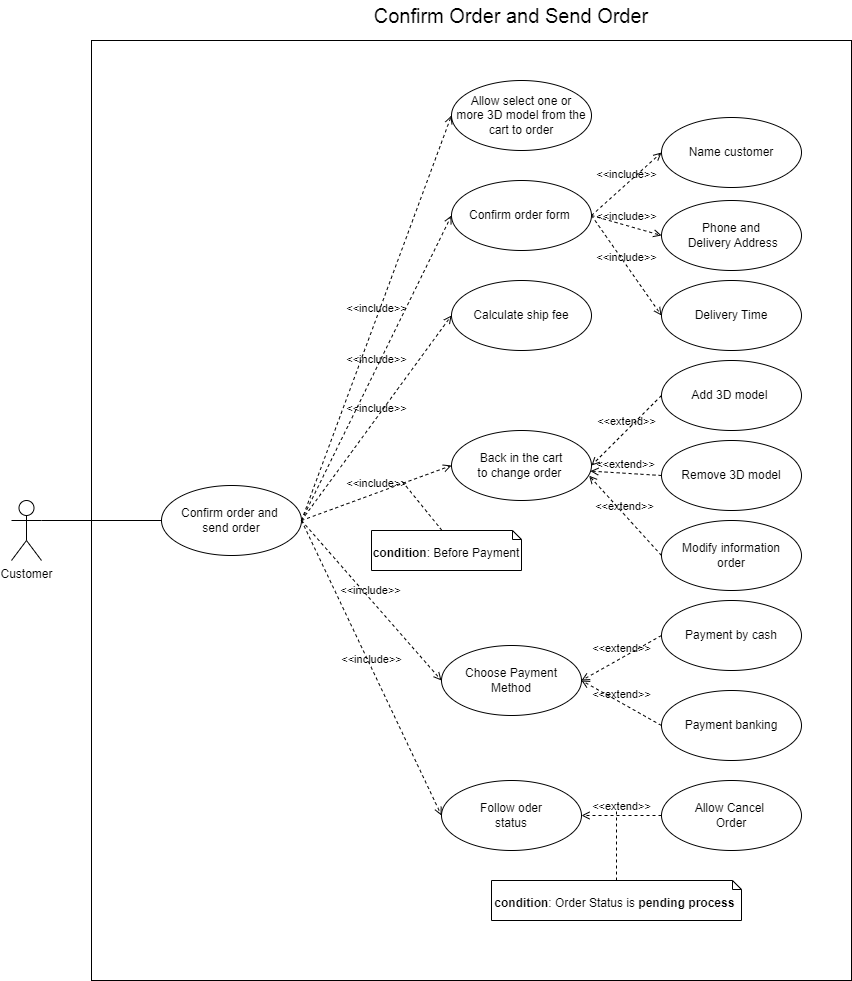
This is contents/images/usecase/DACNPM-ConfirmOrder.png from ngyngcphu/tick3D-docs, a draw.io export, as it was before one commit. Source tidied: cells renumbered, new cells last; positions are measured from the earlier drawing's top-left corner, leaving out a move shared by most shapes.
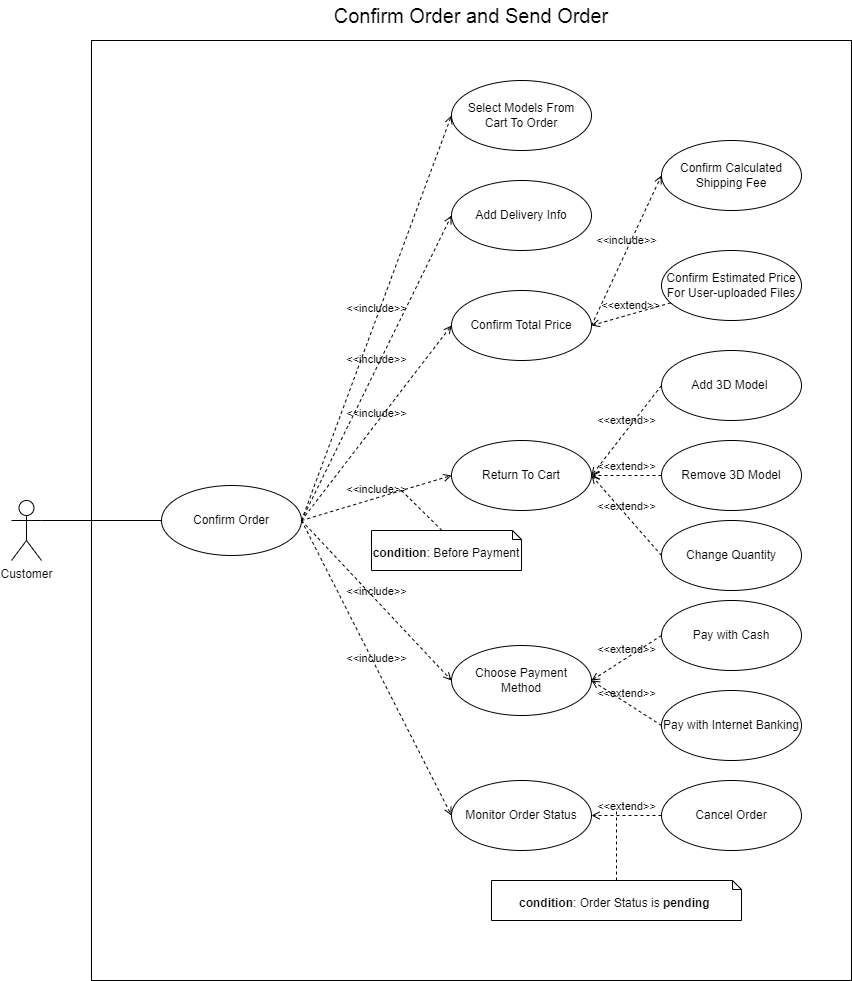
After the change.

What changed in the source:
```diff
@@ -6,60 +6,51 @@
       <mxGeometry x="80" y="40" width="760" height="940" as="geometry" />
     </mxCell>
     <mxCell id="3" value="&lt;span style=&quot;font-size: 20px;&quot;&gt;Confirm Order and Send Order&lt;/span&gt;" style="text;html=1;strokeColor=none;fillColor=none;align=center;verticalAlign=middle;whiteSpace=wrap;rounded=0;" parent="1" vertex="1">
-      <mxGeometry x="355" width="290" height="30" as="geometry" />
+      <mxGeometry x="315" width="290" height="30" as="geometry" />
     </mxCell>
     <mxCell id="4" value="Customer" style="shape=umlActor;verticalLabelPosition=bottom;verticalAlign=top;html=1;outlineConnect=0;" parent="1" vertex="1">
       <mxGeometry y="500" width="30" height="60" as="geometry" />
     </mxCell>
-    <mxCell id="5" value="Confirm order and&amp;nbsp;&lt;br&gt;send order" style="ellipse;whiteSpace=wrap;html=1;" parent="1" vertex="1">
+    <mxCell id="5" value="Confirm Order" style="ellipse;whiteSpace=wrap;html=1;" parent="1" vertex="1">
       <mxGeometry x="150" y="485" width="140" height="70" as="geometry" />
     </mxCell>
-    <mxCell id="6" value="Allow select one or&lt;br&gt;more 3D model from the&lt;br&gt;cart to order" style="ellipse;whiteSpace=wrap;html=1;" parent="1" vertex="1">
+    <mxCell id="6" value="Select Models&amp;nbsp;From &lt;br&gt;Cart To Order" style="ellipse;whiteSpace=wrap;html=1;" parent="1" vertex="1">
       <mxGeometry x="440" y="80" width="140" height="70" as="geometry" />
     </mxCell>
-    <mxCell id="7" value="Confirm order form&amp;nbsp;" style="ellipse;whiteSpace=wrap;html=1;" parent="1" vertex="1">
+    <mxCell id="7" value="Add Delivery Info" style="ellipse;whiteSpace=wrap;html=1;" parent="1" vertex="1">
       <mxGeometry x="440" y="180" width="140" height="70" as="geometry" />
     </mxCell>
-    <mxCell id="8" value="Calculate ship fee" style="ellipse;whiteSpace=wrap;html=1;" parent="1" vertex="1">
-      <mxGeometry x="440" y="280" width="140" height="70" as="geometry" />
+    <mxCell id="8" value="Confirm Total Price" style="ellipse;whiteSpace=wrap;html=1;" parent="1" vertex="1">
+      <mxGeometry x="440" y="290" width="140" height="70" as="geometry" />
     </mxCell>
-    <mxCell id="9" value="Back in the cart&lt;br&gt;to change order&amp;nbsp;" style="ellipse;whiteSpace=wrap;html=1;" parent="1" vertex="1">
-      <mxGeometry x="440" y="430" width="140" height="70" as="geometry" />
+    <mxCell id="9" value="Return To Cart" style="ellipse;whiteSpace=wrap;html=1;" parent="1" vertex="1">
+      <mxGeometry x="440" y="440" width="140" height="70" as="geometry" />
     </mxCell>
-    <mxCell id="10" value="Name customer" style="ellipse;whiteSpace=wrap;html=1;" parent="1" vertex="1">
-      <mxGeometry x="650" y="117" width="140" height="70" as="geometry" />
-    </mxCell>
-    <mxCell id="11" value="Phone and&lt;br&gt;&amp;nbsp;Delivery Address" style="ellipse;whiteSpace=wrap;html=1;" parent="1" vertex="1">
-      <mxGeometry x="650" y="200" width="140" height="70" as="geometry" />
-    </mxCell>
-    <mxCell id="12" value="Delivery Time" style="ellipse;whiteSpace=wrap;html=1;" parent="1" vertex="1">
-      <mxGeometry x="650" y="280" width="140" height="70" as="geometry" />
-    </mxCell>
     <mxCell id="13" value="&lt;b&gt;condition&lt;/b&gt;: Before Payment" style="shape=note2;boundedLbl=1;whiteSpace=wrap;html=1;size=9;verticalAlign=top;align=center;" parent="1" vertex="1">
       <mxGeometry x="360" y="530" width="150" height="40" as="geometry" />
     </mxCell>
-    <mxCell id="14" value="Add 3D model&amp;nbsp;" style="ellipse;whiteSpace=wrap;html=1;" parent="1" vertex="1">
-      <mxGeometry x="650" y="360" width="140" height="70" as="geometry" />
+    <mxCell id="14" value="Add 3D Model&amp;nbsp;" style="ellipse;whiteSpace=wrap;html=1;" parent="1" vertex="1">
+      <mxGeometry x="650" y="350" width="140" height="70" as="geometry" />
     </mxCell>
-    <mxCell id="15" value="Remove 3D model" style="ellipse;whiteSpace=wrap;html=1;" parent="1" vertex="1">
+    <mxCell id="15" value="Remove 3D Model" style="ellipse;whiteSpace=wrap;html=1;" parent="1" vertex="1">
       <mxGeometry x="650" y="440" width="140" height="70" as="geometry" />
     </mxCell>
-    <mxCell id="16" value="Modify information&lt;br&gt;order" style="ellipse;whiteSpace=wrap;html=1;" parent="1" vertex="1">
+    <mxCell id="16" value="Change Quantity" style="ellipse;whiteSpace=wrap;html=1;" parent="1" vertex="1">
       <mxGeometry x="650" y="520" width="140" height="70" as="geometry" />
     </mxCell>
     <mxCell id="17" value="Choose Payment&lt;br&gt;Method" style="ellipse;whiteSpace=wrap;html=1;" parent="1" vertex="1">
-      <mxGeometry x="430" y="645" width="140" height="70" as="geometry" />
+      <mxGeometry x="440" y="645" width="140" height="70" as="geometry" />
     </mxCell>
-    <mxCell id="18" value="Payment by cash" style="ellipse;whiteSpace=wrap;html=1;" parent="1" vertex="1">
+    <mxCell id="18" value="Pay with Cash" style="ellipse;whiteSpace=wrap;html=1;" parent="1" vertex="1">
       <mxGeometry x="650" y="600" width="140" height="70" as="geometry" />
     </mxCell>
-    <mxCell id="19" value="Payment banking" style="ellipse;whiteSpace=wrap;html=1;" parent="1" vertex="1">
+    <mxCell id="19" value="Pay with Internet Banking" style="ellipse;whiteSpace=wrap;html=1;" parent="1" vertex="1">
       <mxGeometry x="650" y="690" width="140" height="70" as="geometry" />
     </mxCell>
-    <mxCell id="20" value="Follow oder &lt;br&gt;status" style="ellipse;whiteSpace=wrap;html=1;" parent="1" vertex="1">
-      <mxGeometry x="430" y="780" width="140" height="70" as="geometry" />
+    <mxCell id="20" value="Monitor Order Status" style="ellipse;whiteSpace=wrap;html=1;" parent="1" vertex="1">
+      <mxGeometry x="440" y="780" width="140" height="70" as="geometry" />
     </mxCell>
-    <mxCell id="21" value="Allow Cancel&amp;nbsp;&lt;br&gt;Order" style="ellipse;whiteSpace=wrap;html=1;" parent="1" vertex="1">
+    <mxCell id="21" value="Cancel Order" style="ellipse;whiteSpace=wrap;html=1;" parent="1" vertex="1">
       <mxGeometry x="650" y="780" width="140" height="70" as="geometry" />
     </mxCell>
     <mxCell id="22" value="&amp;lt;&amp;lt;include&amp;gt;&amp;gt;" style="html=1;verticalAlign=bottom;labelBackgroundColor=none;endArrow=open;endFill=0;dashed=1;rounded=0;exitX=1;exitY=0.5;exitDx=0;exitDy=0;entryX=0;entryY=0.5;entryDx=0;entryDy=0;" parent="1" edge="1" source="5" target="6">
@@ -71,7 +62,7 @@
     <mxCell id="24" value="&amp;lt;&amp;lt;include&amp;gt;&amp;gt;" style="html=1;verticalAlign=bottom;labelBackgroundColor=none;endArrow=open;endFill=0;dashed=1;rounded=0;exitX=1;exitY=0.5;exitDx=0;exitDy=0;entryX=0;entryY=0.5;entryDx=0;entryDy=0;" parent="1" edge="1" source="5" target="8">
       <mxGeometry relative="1" as="geometry" />
     </mxCell>
-    <mxCell id="25" value="&lt;b&gt;condition&lt;/b&gt;: Order Status is &lt;b&gt;pending process&lt;/b&gt;&amp;nbsp;" style="shape=note2;boundedLbl=1;whiteSpace=wrap;html=1;size=9;verticalAlign=top;align=center;" parent="1" vertex="1">
+    <mxCell id="25" value="&lt;b&gt;condition&lt;/b&gt;: Order Status is &lt;b&gt;pending&lt;/b&gt;&amp;nbsp;" style="shape=note2;boundedLbl=1;whiteSpace=wrap;html=1;size=9;verticalAlign=top;align=center;" parent="1" vertex="1">
       <mxGeometry x="480" y="880" width="250" height="40" as="geometry" />
     </mxCell>
     <mxCell id="26" value="&amp;lt;&amp;lt;include&amp;gt;&amp;gt;" style="html=1;verticalAlign=bottom;labelBackgroundColor=none;endArrow=open;endFill=0;dashed=1;rounded=0;entryX=0;entryY=0.5;entryDx=0;entryDy=0;exitX=1;exitY=0.5;exitDx=0;exitDy=0;" parent="1" edge="1" source="5" target="9">
@@ -79,7 +70,7 @@
     </mxCell>
     <mxCell id="27" style="endArrow=none;dashed=1;html=1;rounded=0;exitX=0;exitY=0;exitDx=70.5;exitDy=0;exitPerimeter=0;" parent="1" edge="1" source="13">
       <mxGeometry relative="1" as="geometry">
-        <mxPoint x="390" y="480" as="targetPoint" />
+        <mxPoint x="390" y="490" as="targetPoint" />
       </mxGeometry>
     </mxCell>
     <mxCell id="28" value="&amp;lt;&amp;lt;include&amp;gt;&amp;gt;" style="html=1;verticalAlign=bottom;labelBackgroundColor=none;endArrow=open;endFill=0;dashed=1;rounded=0;entryX=0;entryY=0.5;entryDx=0;entryDy=0;exitX=1;exitY=0.5;exitDx=0;exitDy=0;" parent="1" edge="1" source="5" target="17">
@@ -88,22 +79,13 @@
     <mxCell id="29" value="&amp;lt;&amp;lt;include&amp;gt;&amp;gt;" style="html=1;verticalAlign=bottom;labelBackgroundColor=none;endArrow=open;endFill=0;dashed=1;rounded=0;exitX=1;exitY=0.5;exitDx=0;exitDy=0;entryX=0;entryY=0.5;entryDx=0;entryDy=0;" parent="1" edge="1" source="5" target="20">
       <mxGeometry relative="1" as="geometry" />
     </mxCell>
-    <mxCell id="30" value="&amp;lt;&amp;lt;include&amp;gt;&amp;gt;" style="html=1;verticalAlign=bottom;labelBackgroundColor=none;endArrow=open;endFill=0;dashed=1;rounded=0;entryX=0;entryY=0.5;entryDx=0;entryDy=0;exitX=1;exitY=0.5;exitDx=0;exitDy=0;" parent="1" edge="1" source="7" target="10">
-      <mxGeometry relative="1" as="geometry" />
-    </mxCell>
-    <mxCell id="31" value="&amp;lt;&amp;lt;include&amp;gt;&amp;gt;" style="html=1;verticalAlign=bottom;labelBackgroundColor=none;endArrow=open;endFill=0;dashed=1;rounded=0;entryX=0;entryY=0.5;entryDx=0;entryDy=0;exitX=1;exitY=0.5;exitDx=0;exitDy=0;" parent="1" edge="1" source="7" target="11">
-      <mxGeometry relative="1" as="geometry" />
-    </mxCell>
-    <mxCell id="32" value="&amp;lt;&amp;lt;include&amp;gt;&amp;gt;" style="html=1;verticalAlign=bottom;labelBackgroundColor=none;endArrow=open;endFill=0;dashed=1;rounded=0;entryX=0;entryY=0.5;entryDx=0;entryDy=0;exitX=1;exitY=0.5;exitDx=0;exitDy=0;" parent="1" edge="1" source="7" target="12">
-      <mxGeometry relative="1" as="geometry" />
-    </mxCell>
     <mxCell id="33" value="&amp;lt;&amp;lt;extend&amp;gt;&amp;gt;" style="html=1;verticalAlign=bottom;labelBackgroundColor=none;endArrow=open;endFill=0;dashed=1;rounded=0;exitX=0;exitY=0.5;exitDx=0;exitDy=0;entryX=1;entryY=0.5;entryDx=0;entryDy=0;" parent="1" edge="1" source="14" target="9">
       <mxGeometry relative="1" as="geometry" />
     </mxCell>
-    <mxCell id="34" value="&amp;lt;&amp;lt;extend&amp;gt;&amp;gt;" style="html=1;verticalAlign=bottom;labelBackgroundColor=none;endArrow=open;endFill=0;dashed=1;rounded=0;exitX=0;exitY=0.5;exitDx=0;exitDy=0;entryX=0.992;entryY=0.58;entryDx=0;entryDy=0;entryPerimeter=0;" parent="1" edge="1" source="15" target="9">
+    <mxCell id="34" value="&amp;lt;&amp;lt;extend&amp;gt;&amp;gt;" style="html=1;verticalAlign=bottom;labelBackgroundColor=none;endArrow=open;endFill=0;dashed=1;rounded=0;exitX=0;exitY=0.5;exitDx=0;exitDy=0;entryX=1;entryY=0.5;entryDx=0;entryDy=0;" parent="1" edge="1" source="15" target="9">
       <mxGeometry relative="1" as="geometry" />
     </mxCell>
-    <mxCell id="35" value="&amp;lt;&amp;lt;extend&amp;gt;&amp;gt;" style="html=1;verticalAlign=bottom;labelBackgroundColor=none;endArrow=open;endFill=0;dashed=1;rounded=0;entryX=0.983;entryY=0.646;entryDx=0;entryDy=0;entryPerimeter=0;exitX=0;exitY=0.5;exitDx=0;exitDy=0;" parent="1" edge="1" source="16" target="9">
+    <mxCell id="35" value="&amp;lt;&amp;lt;extend&amp;gt;&amp;gt;" style="html=1;verticalAlign=bottom;labelBackgroundColor=none;endArrow=open;endFill=0;dashed=1;rounded=0;entryX=1;entryY=0.5;entryDx=0;entryDy=0;exitX=0;exitY=0.5;exitDx=0;exitDy=0;" parent="1" edge="1" source="16" target="9">
       <mxGeometry relative="1" as="geometry" />
     </mxCell>
     <mxCell id="36" value="&amp;lt;&amp;lt;extend&amp;gt;&amp;gt;" style="html=1;verticalAlign=bottom;labelBackgroundColor=none;endArrow=open;endFill=0;dashed=1;rounded=0;entryX=1;entryY=0.5;entryDx=0;entryDy=0;exitX=0;exitY=0.5;exitDx=0;exitDy=0;" parent="1" edge="1" source="18" target="17">
@@ -123,5 +105,17 @@
     <mxCell id="40" style="endArrow=none;html=1;rounded=0;exitX=1;exitY=0.3333333333333333;exitDx=0;exitDy=0;exitPerimeter=0;entryX=0;entryY=0.5;entryDx=0;entryDy=0;" parent="1" edge="1" source="4" target="5">
       <mxGeometry relative="1" as="geometry" />
     </mxCell>
+    <mxCell id="41" value="Confirm Estimated Price For User-uploaded Files" style="ellipse;whiteSpace=wrap;html=1;" parent="1" vertex="1">
+      <mxGeometry x="650" y="250" width="140" height="70" as="geometry" />
+    </mxCell>
+    <mxCell id="42" value="&amp;lt;&amp;lt;extend&amp;gt;&amp;gt;" style="html=1;verticalAlign=bottom;labelBackgroundColor=none;endArrow=open;endFill=0;dashed=1;rounded=0;entryX=1;entryY=0.5;entryDx=0;entryDy=0;" parent="1" edge="1" source="41" target="8">
+      <mxGeometry relative="1" as="geometry" />
+    </mxCell>
+    <mxCell id="43" value="Confirm Calculated Shipping Fee" style="ellipse;whiteSpace=wrap;html=1;" parent="1" vertex="1">
+      <mxGeometry x="650" y="140" width="140" height="70" as="geometry" />
+    </mxCell>
+    <mxCell id="44" value="&amp;lt;&amp;lt;include&amp;gt;&amp;gt;" style="html=1;verticalAlign=bottom;labelBackgroundColor=none;endArrow=open;endFill=0;dashed=1;rounded=0;exitX=1;exitY=0.5;exitDx=0;exitDy=0;entryX=0;entryY=0.5;entryDx=0;entryDy=0;" parent="1" edge="1" source="8" target="43">
+      <mxGeometry relative="1" as="geometry" />
+    </mxCell>
   </root>
 </mxGraphModel>
```
